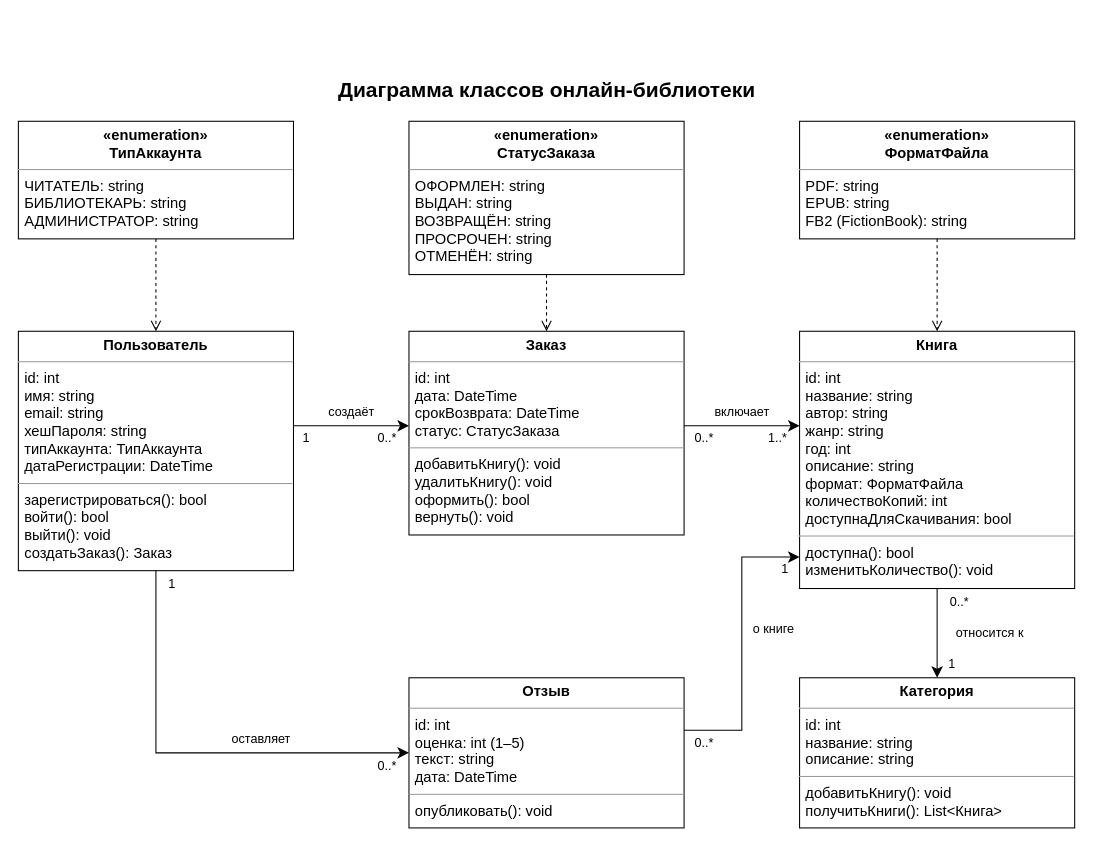
The draw.io diagram Den4/Диаграмма_классов.drawio in masterRaizer/praktika, before the edit. Source tidied: cells renumbered, new cells numbered last; positions are measured from the earlier drawing's top-left corner, leaving out a move shared by most shapes. Both pictures are drawn from the tidied source at 105%, with x=0, y=0 at pixel (18, 70).
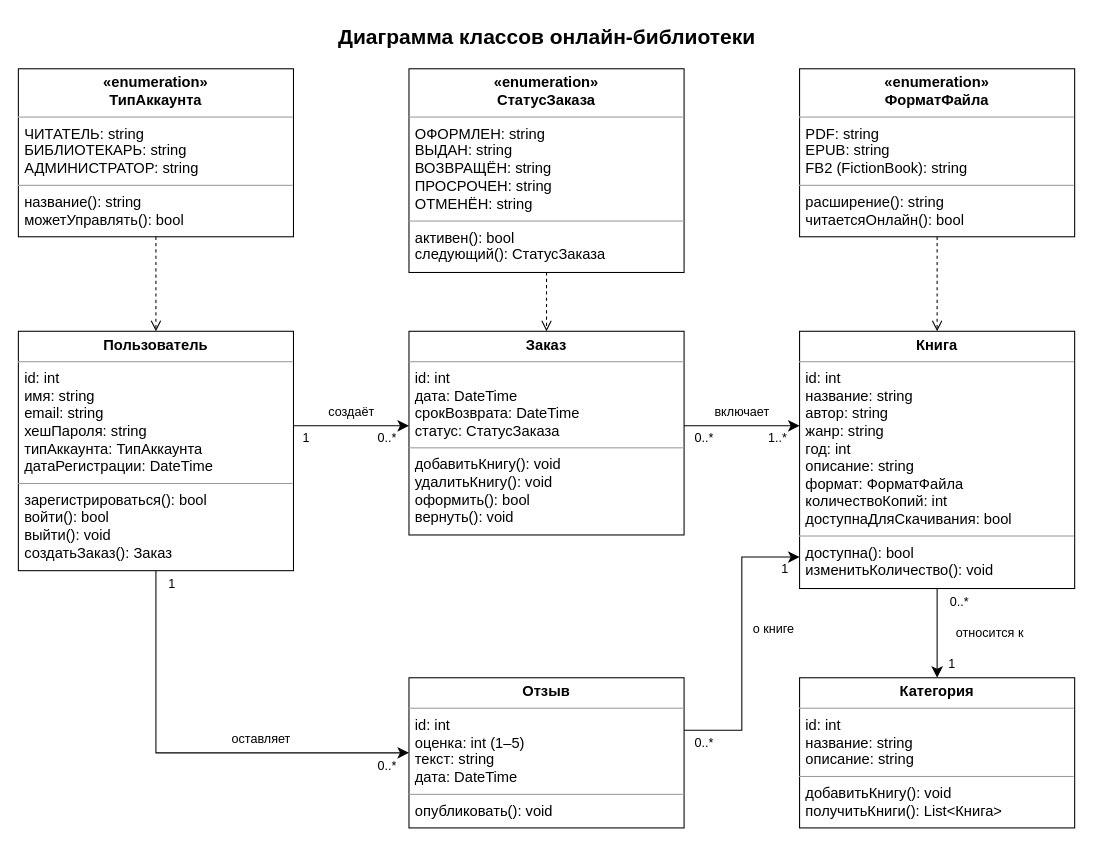
After the change.

Commit message (it also covers changes not shown here):
День 4: у перечислений диаграммы классов добавлен раздел методов

Claude-Session: https://claude.ai/code/session_014eikovTKtZpgFz5n7RUEeA

Diff of the diagram source:
```diff
@@
     <mxCell id="2" value="Диаграмма классов онлайн-библиотеки" style="text;html=1;align=center;verticalAlign=middle;fontFamily=Helvetica;fontSize=20;fontStyle=1;" parent="1" vertex="1">
-      <mxGeometry x="203" width="600" height="34" as="geometry" />
+      <mxGeometry x="203" y="-50" width="600" height="34" as="geometry" />
     </mxCell>
-    <mxCell id="3" value="&lt;p style=&quot;margin:0;margin-top:5px;text-align:center;&quot;&gt;&lt;b&gt;«enumeration»&lt;br&gt;ТипАккаунта&lt;/b&gt;&lt;/p&gt;&lt;hr size=&quot;1&quot;&gt;&lt;p style=&quot;margin:0 0 0 6px;&quot;&gt;ЧИТАТЕЛЬ: string&lt;br&gt;БИБЛИОТЕКАРЬ: string&lt;br&gt;АДМИНИСТРАТОР: string&lt;/p&gt;" style="verticalAlign=top;align=left;overflow=fill;html=1;whiteSpace=wrap;fillColor=#ffffff;strokeColor=#000000;fontFamily=Helvetica;fontSize=14;" parent="1" vertex="1">
-      <mxGeometry y="48" width="262" height="112" as="geometry" />
+    <mxCell id="3" value="&lt;p style=&quot;margin:0;margin-top:5px;text-align:center;&quot;&gt;&lt;b&gt;«enumeration»&lt;br&gt;ТипАккаунта&lt;/b&gt;&lt;/p&gt;&lt;hr size=&quot;1&quot;&gt;&lt;p style=&quot;margin:0 0 0 6px;&quot;&gt;ЧИТАТЕЛЬ: string&lt;br&gt;БИБЛИОТЕКАРЬ: string&lt;br&gt;АДМИНИСТРАТОР: string&lt;/p&gt;&lt;hr size=&quot;1&quot;&gt;&lt;p style=&quot;margin:0 0 0 6px;&quot;&gt;название(): string&lt;br&gt;можетУправлять(): bool&lt;/p&gt;" style="verticalAlign=top;align=left;overflow=fill;html=1;whiteSpace=wrap;fillColor=#ffffff;strokeColor=#000000;fontFamily=Helvetica;fontSize=14;" parent="1" vertex="1">
+      <mxGeometry y="-2" width="262" height="160" as="geometry" />
     </mxCell>
-    <mxCell id="4" value="&lt;p style=&quot;margin:0;margin-top:5px;text-align:center;&quot;&gt;&lt;b&gt;«enumeration»&lt;br&gt;СтатусЗаказа&lt;/b&gt;&lt;/p&gt;&lt;hr size=&quot;1&quot;&gt;&lt;p style=&quot;margin:0 0 0 6px;&quot;&gt;ОФОРМЛЕН: string&lt;br&gt;ВЫДАН: string&lt;br&gt;ВОЗВРАЩЁН: string&lt;br&gt;ПРОСРОЧЕН: string&lt;br&gt;ОТМЕНЁН: string&lt;/p&gt;" style="verticalAlign=top;align=left;overflow=fill;html=1;whiteSpace=wrap;fillColor=#ffffff;strokeColor=#000000;fontFamily=Helvetica;fontSize=14;" parent="1" vertex="1">
-      <mxGeometry x="372" y="48" width="262" height="146" as="geometry" />
+    <mxCell id="4" value="&lt;p style=&quot;margin:0;margin-top:5px;text-align:center;&quot;&gt;&lt;b&gt;«enumeration»&lt;br&gt;СтатусЗаказа&lt;/b&gt;&lt;/p&gt;&lt;hr size=&quot;1&quot;&gt;&lt;p style=&quot;margin:0 0 0 6px;&quot;&gt;ОФОРМЛЕН: string&lt;br&gt;ВЫДАН: string&lt;br&gt;ВОЗВРАЩЁН: string&lt;br&gt;ПРОСРОЧЕН: string&lt;br&gt;ОТМЕНЁН: string&lt;/p&gt;&lt;hr size=&quot;1&quot;&gt;&lt;p style=&quot;margin:0 0 0 6px;&quot;&gt;активен(): bool&lt;br&gt;следующий(): СтатусЗаказа&lt;/p&gt;" style="verticalAlign=top;align=left;overflow=fill;html=1;whiteSpace=wrap;fillColor=#ffffff;strokeColor=#000000;fontFamily=Helvetica;fontSize=14;" parent="1" vertex="1">
+      <mxGeometry x="372" y="-2" width="262" height="194" as="geometry" />
     </mxCell>
-    <mxCell id="5" value="&lt;p style=&quot;margin:0;margin-top:5px;text-align:center;&quot;&gt;&lt;b&gt;«enumeration»&lt;br&gt;ФорматФайла&lt;/b&gt;&lt;/p&gt;&lt;hr size=&quot;1&quot;&gt;&lt;p style=&quot;margin:0 0 0 6px;&quot;&gt;PDF: string&lt;br&gt;EPUB: string&lt;br&gt;FB2 (FictionBook): string&lt;/p&gt;" style="verticalAlign=top;align=left;overflow=fill;html=1;whiteSpace=wrap;fillColor=#ffffff;strokeColor=#000000;fontFamily=Helvetica;fontSize=14;" parent="1" vertex="1">
-      <mxGeometry x="744" y="48" width="262" height="112" as="geometry" />
+    <mxCell id="5" value="&lt;p style=&quot;margin:0;margin-top:5px;text-align:center;&quot;&gt;&lt;b&gt;«enumeration»&lt;br&gt;ФорматФайла&lt;/b&gt;&lt;/p&gt;&lt;hr size=&quot;1&quot;&gt;&lt;p style=&quot;margin:0 0 0 6px;&quot;&gt;PDF: string&lt;br&gt;EPUB: string&lt;br&gt;FB2 (FictionBook): string&lt;/p&gt;&lt;hr size=&quot;1&quot;&gt;&lt;p style=&quot;margin:0 0 0 6px;&quot;&gt;расширение(): string&lt;br&gt;читаетсяОнлайн(): bool&lt;/p&gt;" style="verticalAlign=top;align=left;overflow=fill;html=1;whiteSpace=wrap;fillColor=#ffffff;strokeColor=#000000;fontFamily=Helvetica;fontSize=14;" parent="1" vertex="1">
+      <mxGeometry x="744" y="-2" width="262" height="160" as="geometry" />
     </mxCell>
```
